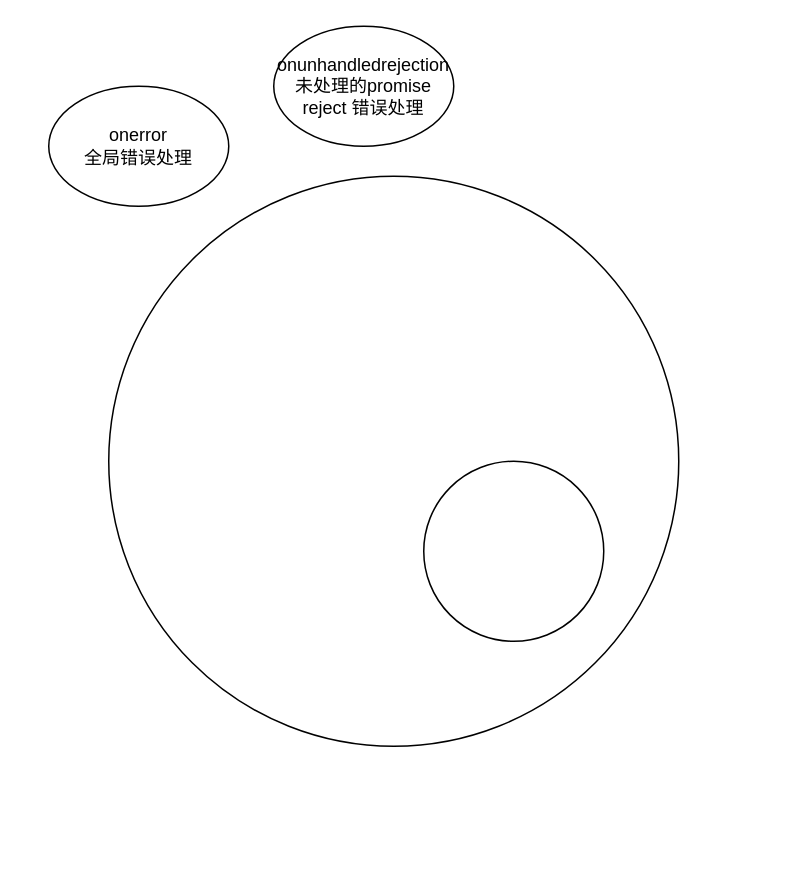
Above: 错误处理相关图片.drawio in chaijinsong/draw.io (draw.io), before the change. Source tidied: cells renumbered, new cells numbered last; positions are measured from the earlier drawing's top-left corner, leaving out a move shared by most shapes. Both pictures are drawn from the tidied source at 150%, with x=0, y=0 at pixel (48, 26).
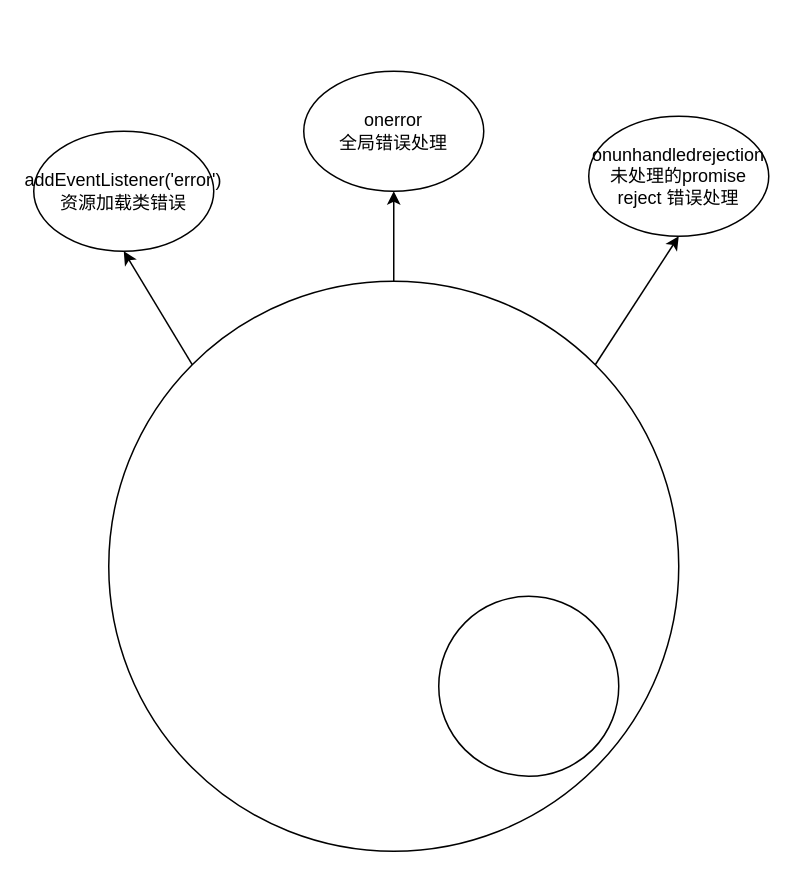
Above is the later version.

Commit message (it also covers changes not shown here):
更新错误处理相关图片.drawio

Change to the diagram source:
```diff
@@
 <mxGraphModel>
   <root>
     <mxCell id="0" />
     <mxCell id="1" parent="0" />
+    <mxCell id="6" style="rounded=0;jettySize=auto;html=1;exitX=0;exitY=0;exitDx=0;exitDy=0;entryX=0.5;entryY=1;entryDx=0;entryDy=0;" parent="1" edge="1" source="2" target="9">
+      <mxGeometry relative="1" as="geometry" />
+    </mxCell>
+    <mxCell id="7" style="rounded=0;jettySize=auto;html=1;exitX=0.5;exitY=0;exitDx=0;exitDy=0;entryX=0.5;entryY=1;entryDx=0;entryDy=0;" parent="1" edge="1" source="2" target="4">
+      <mxGeometry relative="1" as="geometry" />
+    </mxCell>
+    <mxCell id="8" style="rounded=0;jettySize=auto;html=1;exitX=1;exitY=0;exitDx=0;exitDy=0;entryX=0.5;entryY=1;entryDx=0;entryDy=0;" parent="1" edge="1" source="2" target="5">
+      <mxGeometry relative="1" as="geometry" />
+    </mxCell>
     <mxCell id="2" style="ellipse;whiteSpace=wrap;html=1;" parent="1" vertex="1">
-      <mxGeometry x="40" y="100" width="380" height="380" as="geometry" />
+      <mxGeometry x="40" y="170" width="380" height="380" as="geometry" />
     </mxCell>
     <mxCell id="3" style="ellipse;whiteSpace=wrap;html=1;" parent="1" vertex="1">
-      <mxGeometry x="250" y="290" width="120" height="120" as="geometry" />
+      <mxGeometry x="260" y="380" width="120" height="120" as="geometry" />
     </mxCell>
     <mxCell id="4" value="onerror&lt;div&gt;全局错误处理&lt;/div&gt;" style="ellipse;whiteSpace=wrap;html=1;" parent="1" vertex="1">
-      <mxGeometry y="40" width="120" height="80" as="geometry" />
+      <mxGeometry x="170" y="30" width="120" height="80" as="geometry" />
     </mxCell>
     <mxCell id="5" value="&lt;p&gt;onunhandledrejection未处理的promise reject 错误处理&lt;/p&gt;" style="ellipse;whiteSpace=wrap;html=1;" parent="1" vertex="1">
-      <mxGeometry x="150" width="120" height="80" as="geometry" />
+      <mxGeometry x="360" y="60" width="120" height="80" as="geometry" />
     </mxCell>
+    <mxCell id="9" value="&lt;div&gt;addEventListener('error')&lt;/div&gt;&lt;div&gt;资源加载类错误&lt;/div&gt;" style="ellipse;whiteSpace=wrap;html=1;" parent="1" vertex="1">
+      <mxGeometry x="-10" y="70" width="120" height="80" as="geometry" />
+    </mxCell>
   </root>
 </mxGraphModel>
```
